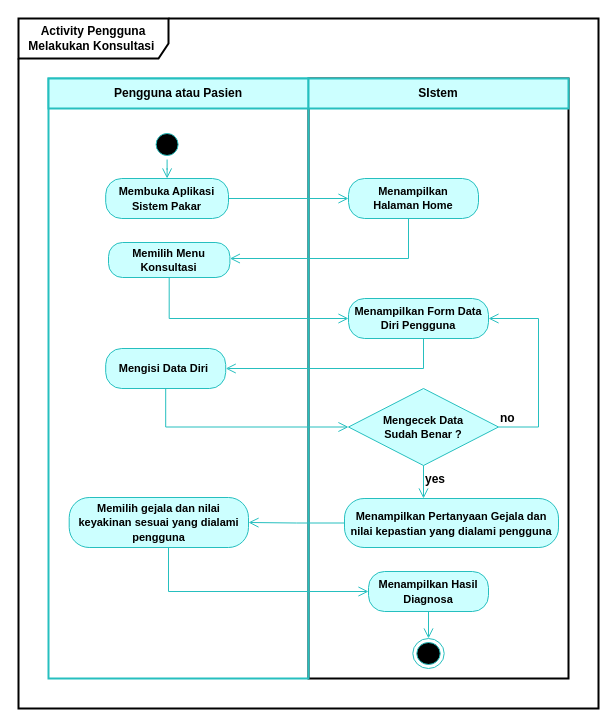
Above: page "Halaman-2" (2 of 32) of Diagram Tanpa Judul.drawio in RyanRamadhan11/drawio (draw.io), before the change. Source tidied: cells renumbered, new cells numbered last; positions are measured from the earlier drawing's top-left corner, leaving out a move shared by most shapes. Both pictures are drawn from the tidied source at 100%, with x=0, y=0 at pixel (18, 18).
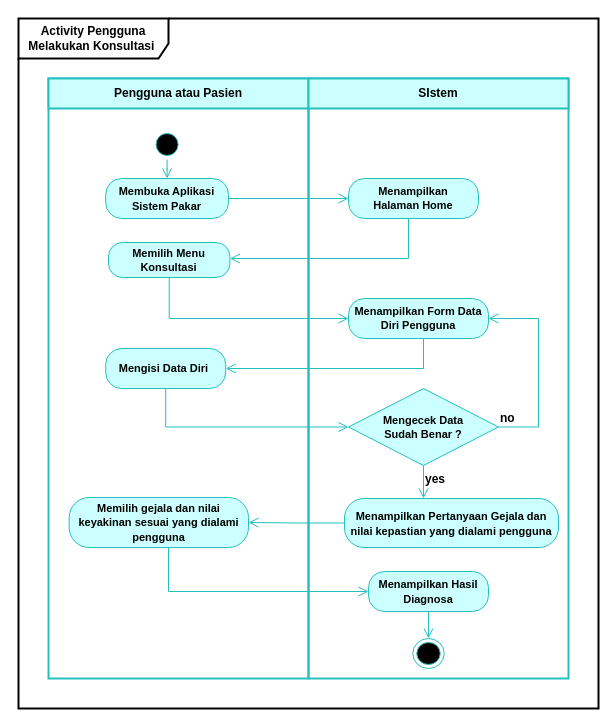
Above is the later version.

Diff of the diagram source:
```diff
@@
-    <mxCell id="3" style="verticalLabelPosition=bottom;verticalAlign=top;html=1;shape=mxgraph.basic.rect;fillColor2=none;strokeWidth=2;size=20;indent=5;fillColor=none;strokeColor=default;" parent="1" vertex="1">
+    <mxCell id="3" style="verticalLabelPosition=bottom;verticalAlign=top;html=1;shape=mxgraph.basic.rect;fillColor2=none;strokeWidth=2;size=20;indent=5;fillColor=none;strokeColor=#26BFBF;fontColor=#CCFFFF;" parent="1" vertex="1">
       <mxGeometry x="290" y="60" width="260" height="600" as="geometry" />
     </mxCell>
```
